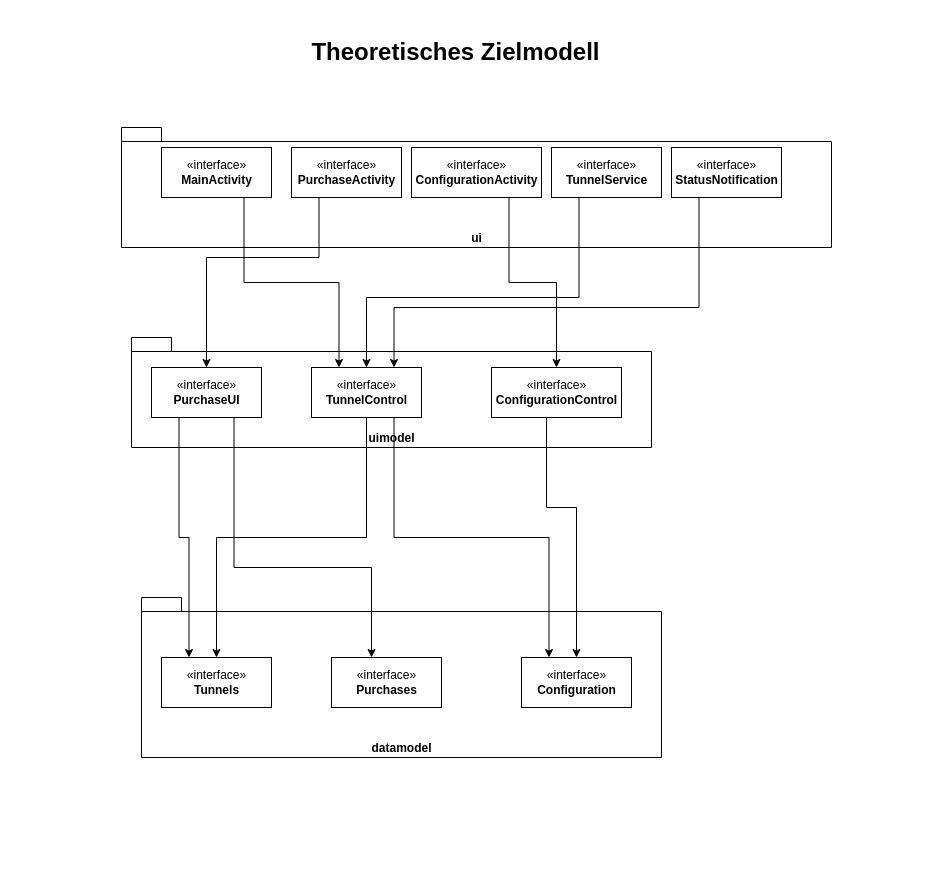
The draw.io diagram IPv6Droid/Documentation/Unbenanntes Diagramm.drawio in pelzvieh/IPv6Droid, before the edit. Source tidied: cells renumbered, new cells numbered last; positions are measured from the earlier drawing's top-left corner, leaving out a move shared by most shapes. Both pictures are drawn from the tidied source at 100%, with x=0, y=0 at pixel (121, 17).
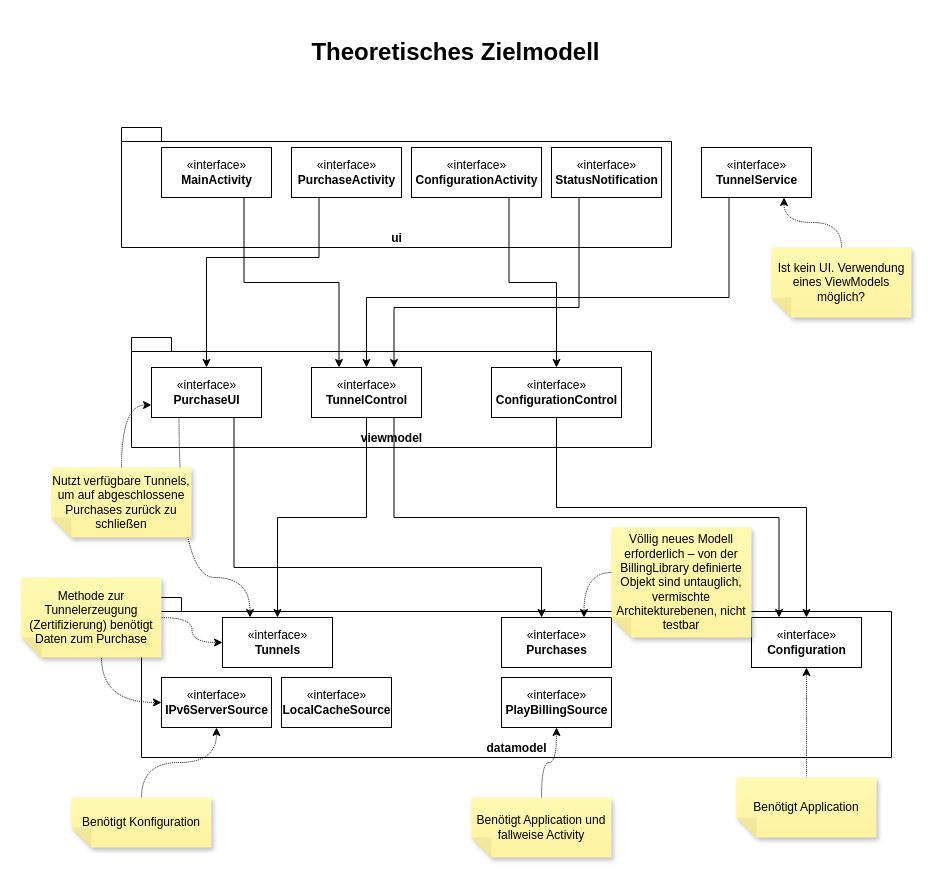
After the change.

Commit message:
Architekturvision erweitert, Problemstellungen annotiert

The change refers to these unchanged cells:
```xml
<mxCell id="8" value="&lt;div&gt;«interface»&lt;b&gt;&lt;br&gt;&lt;/b&gt;&lt;/div&gt;&lt;div&gt;&lt;b&gt;PurchaseUI&lt;/b&gt;&lt;/div&gt;" style="html=1;" parent="1" vertex="1">
  <mxGeometry x="30" y="350" width="110" height="50" as="geometry" />
</mxCell>
<mxCell id="11" value="&lt;div&gt;«interface»&lt;b&gt;&lt;br&gt;&lt;/b&gt;&lt;/div&gt;&lt;div&gt;&lt;b&gt;TunnelControl&lt;/b&gt;&lt;/div&gt;" style="html=1;" parent="1" vertex="1">
  <mxGeometry x="190" y="350" width="110" height="50" as="geometry" />
</mxCell>
<mxCell id="24" value="&lt;div&gt;«interface»&lt;b&gt;&lt;br&gt;&lt;/b&gt;&lt;/div&gt;&lt;div&gt;&lt;b&gt;ConfigurationControl&lt;/b&gt;&lt;/div&gt;" style="html=1;" parent="1" vertex="1">
  <mxGeometry x="370" y="350" width="130" height="50" as="geometry" />
</mxCell>
```

Diff of the diagram source:
```diff
@@
     <mxCell id="2" value="&lt;div&gt;datamodel&lt;/div&gt;" style="shape=folder;fontStyle=1;spacingTop=10;tabWidth=40;tabHeight=14;tabPosition=left;html=1;verticalAlign=bottom;" parent="1" vertex="1">
-      <mxGeometry x="20" y="580" width="520" height="160" as="geometry" />
+      <mxGeometry x="20" y="580" width="750" height="160" as="geometry" />
     </mxCell>
     <mxCell id="3" value="&lt;div&gt;«interface»&lt;b&gt;&lt;br&gt;&lt;/b&gt;&lt;/div&gt;&lt;div&gt;&lt;b&gt;Tunnels&lt;/b&gt;&lt;/div&gt;" style="html=1;" parent="1" vertex="1">
-      <mxGeometry x="40" y="640" width="110" height="50" as="geometry" />
+      <mxGeometry x="101" y="600" width="110" height="50" as="geometry" />
     </mxCell>
     <mxCell id="4" value="&lt;div&gt;«interface»&lt;b&gt;&lt;br&gt;&lt;/b&gt;&lt;/div&gt;&lt;div&gt;&lt;b&gt;Purchases&lt;/b&gt;&lt;/div&gt;" style="html=1;" parent="1" vertex="1">
-      <mxGeometry x="210" y="640" width="110" height="50" as="geometry" />
+      <mxGeometry x="380" y="600" width="110" height="50" as="geometry" />
     </mxCell>
-    <mxCell id="5" value="uimodel" style="shape=folder;fontStyle=1;spacingTop=10;tabWidth=40;tabHeight=14;tabPosition=left;html=1;verticalAlign=bottom;" parent="1" vertex="1">
+    <mxCell id="5" value="viewmodel" style="shape=folder;fontStyle=1;spacingTop=10;tabWidth=40;tabHeight=14;tabPosition=left;html=1;verticalAlign=bottom;" parent="1" vertex="1">
       <mxGeometry x="10" y="320" width="520" height="110" as="geometry" />
     </mxCell>
     <mxCell id="6" style="edgeStyle=orthogonalEdgeStyle;rounded=0;jettySize=auto;html=1;exitX=0.75;exitY=1;exitDx=0;exitDy=0;entryX=0.364;entryY=0;entryDx=0;entryDy=0;entryPerimeter=0;" parent="1" edge="1" source="8" target="4">
       <mxGeometry relative="1" as="geometry">
         <Array as="points">
           <mxPoint x="113" y="550" />
-          <mxPoint x="250" y="550" />
+          <mxPoint x="420" y="550" />
         </Array>
       </mxGeometry>
     </mxCell>
-    <mxCell id="7" style="edgeStyle=orthogonalEdgeStyle;rounded=0;jettySize=auto;html=1;exitX=0.25;exitY=1;exitDx=0;exitDy=0;entryX=0.25;entryY=0;entryDx=0;entryDy=0;" parent="1" edge="1" source="8" target="3">
-      <mxGeometry relative="1" as="geometry" />
+    <mxCell id="7" style="edgeStyle=orthogonalEdgeStyle;jettySize=auto;html=1;exitX=0.25;exitY=1;exitDx=0;exitDy=0;entryX=0.25;entryY=0;entryDx=0;entryDy=0;curved=1;dashed=1;dashPattern=1 1;" parent="1" edge="1" source="8" target="3">
+      <mxGeometry relative="1" as="geometry">
+        <Array as="points">
+          <mxPoint x="58" y="560" />
+          <mxPoint x="129" y="560" />
+        </Array>
+      </mxGeometry>
     </mxCell>
@@
     <mxCell id="12" value="ui" style="shape=folder;fontStyle=1;spacingTop=10;tabWidth=40;tabHeight=14;tabPosition=left;html=1;verticalAlign=bottom;" parent="1" vertex="1">
-      <mxGeometry y="110" width="710" height="120" as="geometry" />
+      <mxGeometry y="110" width="550" height="120" as="geometry" />
     </mxCell>
@@
     <mxCell id="19" style="edgeStyle=orthogonalEdgeStyle;rounded=0;jettySize=auto;html=1;exitX=0.25;exitY=1;exitDx=0;exitDy=0;entryX=0.5;entryY=0;entryDx=0;entryDy=0;" parent="1" edge="1" source="20" target="11">
       <mxGeometry relative="1" as="geometry">
         <Array as="points">
-          <mxPoint x="458" y="280" />
+          <mxPoint x="608" y="280" />
           <mxPoint x="245" y="280" />
         </Array>
       </mxGeometry>
     </mxCell>
     <mxCell id="20" value="&lt;div&gt;«interface»&lt;b&gt;&lt;br&gt;&lt;/b&gt;&lt;/div&gt;&lt;div&gt;&lt;b&gt;TunnelService&lt;/b&gt;&lt;/div&gt;" style="html=1;" parent="1" vertex="1">
-      <mxGeometry x="430" y="130" width="110" height="50" as="geometry" />
+      <mxGeometry x="580" y="130" width="110" height="50" as="geometry" />
     </mxCell>
     <mxCell id="21" style="edgeStyle=orthogonalEdgeStyle;rounded=0;jettySize=auto;html=1;exitX=0.25;exitY=1;exitDx=0;exitDy=0;entryX=0.75;entryY=0;entryDx=0;entryDy=0;" parent="1" edge="1" source="22" target="11">
       <mxGeometry relative="1" as="geometry">
         <Array as="points">
-          <mxPoint x="578" y="290" />
+          <mxPoint x="458" y="290" />
           <mxPoint x="273" y="290" />
         </Array>
       </mxGeometry>
     </mxCell>
     <mxCell id="22" value="&lt;div&gt;«interface»&lt;b&gt;&lt;br&gt;&lt;/b&gt;&lt;/div&gt;&lt;div&gt;&lt;b&gt;StatusNotification&lt;/b&gt;&lt;/div&gt;" style="html=1;" parent="1" vertex="1">
-      <mxGeometry x="550" y="130" width="110" height="50" as="geometry" />
+      <mxGeometry x="430" y="130" width="110" height="50" as="geometry" />
     </mxCell>
     <mxCell id="23" style="edgeStyle=orthogonalEdgeStyle;rounded=0;jettySize=auto;html=1;exitX=0.5;exitY=1;exitDx=0;exitDy=0;" parent="1" edge="1" source="24" target="25">
       <mxGeometry relative="1" as="geometry">
         <Array as="points">
-          <mxPoint x="425" y="490" />
-          <mxPoint x="455" y="490" />
+          <mxPoint x="435" y="490" />
+          <mxPoint x="685" y="490" />
         </Array>
       </mxGeometry>
     </mxCell>
@@
     <mxCell id="25" value="&lt;div&gt;«interface»&lt;/div&gt;&lt;div&gt;&lt;b&gt;Configuration&lt;/b&gt;&lt;/div&gt;" style="html=1;" parent="1" vertex="1">
-      <mxGeometry x="400" y="640" width="110" height="50" as="geometry" />
+      <mxGeometry x="630" y="600" width="110" height="50" as="geometry" />
     </mxCell>
@@
+    <mxCell id="27" value="&lt;div&gt;«interface»&lt;/div&gt;&lt;div&gt;&lt;b&gt;PlayBillingSource&lt;/b&gt;&lt;br&gt;&lt;/div&gt;" style="html=1;" parent="1" vertex="1">
+      <mxGeometry x="380" y="660" width="110" height="50" as="geometry" />
+    </mxCell>
+    <mxCell id="28" value="&lt;div&gt;«interface»&lt;/div&gt;&lt;div&gt;&lt;b&gt;IPv6ServerSource&lt;/b&gt;&lt;br&gt;&lt;/div&gt;" style="html=1;" parent="1" vertex="1">
+      <mxGeometry x="40" y="660" width="110" height="50" as="geometry" />
+    </mxCell>
+    <mxCell id="29" value="&lt;div&gt;«interface»&lt;/div&gt;&lt;div&gt;&lt;b&gt;LocalCacheSource&lt;/b&gt;&lt;br&gt;&lt;/div&gt;" style="html=1;" parent="1" vertex="1">
+      <mxGeometry x="160" y="660" width="110" height="50" as="geometry" />
+    </mxCell>
+    <mxCell id="30" style="edgeStyle=orthogonalEdgeStyle;jettySize=auto;html=1;exitX=0.5;exitY=1;exitDx=0;exitDy=0;exitPerimeter=0;curved=1;dashed=1;dashPattern=1 1;" parent="1" edge="1" source="31" target="28">
+      <mxGeometry relative="1" as="geometry" />
+    </mxCell>
+    <mxCell id="31" value="Benötigt Konfiguration" style="shape=note;whiteSpace=wrap;html=1;backgroundOutline=1;fontColor=#000000;darkOpacity=0.05;fillColor=#FFF9B2;strokeColor=none;fillStyle=solid;direction=west;gradientDirection=north;gradientColor=#FFF2A1;shadow=1;size=20;" parent="1" vertex="1">
+      <mxGeometry x="-50" y="780" width="140" height="50" as="geometry" />
+    </mxCell>
+    <mxCell id="32" style="edgeStyle=orthogonalEdgeStyle;jettySize=auto;html=1;exitX=0.5;exitY=1;exitDx=0;exitDy=0;exitPerimeter=0;curved=1;dashed=1;dashPattern=1 1;" parent="1" edge="1" source="33" target="27">
+      <mxGeometry relative="1" as="geometry" />
+    </mxCell>
+    <mxCell id="33" value="Benötigt Application und fallweise Activity" style="shape=note;whiteSpace=wrap;html=1;backgroundOutline=1;fontColor=#000000;darkOpacity=0.05;fillColor=#FFF9B2;strokeColor=none;fillStyle=solid;direction=west;gradientDirection=north;gradientColor=#FFF2A1;shadow=1;size=20;" parent="1" vertex="1">
+      <mxGeometry x="350" y="780" width="140" height="60" as="geometry" />
+    </mxCell>
+    <mxCell id="34" style="edgeStyle=orthogonalEdgeStyle;jettySize=auto;html=1;exitX=0.5;exitY=1;exitDx=0;exitDy=0;exitPerimeter=0;curved=1;dashed=1;dashPattern=1 1;" parent="1" edge="1" source="35" target="25">
+      <mxGeometry relative="1" as="geometry" />
+    </mxCell>
+    <mxCell id="35" value="Benötigt Application" style="shape=note;whiteSpace=wrap;html=1;backgroundOutline=1;fontColor=#000000;darkOpacity=0.05;fillColor=#FFF9B2;strokeColor=none;fillStyle=solid;direction=west;gradientDirection=north;gradientColor=#FFF2A1;shadow=1;size=20;" parent="1" vertex="1">
+      <mxGeometry x="615" y="760" width="140" height="60" as="geometry" />
+    </mxCell>
+    <mxCell id="36" style="edgeStyle=orthogonalEdgeStyle;jettySize=auto;html=1;exitX=0.5;exitY=1;exitDx=0;exitDy=0;exitPerimeter=0;entryX=0;entryY=0.75;entryDx=0;entryDy=0;curved=1;dashed=1;dashPattern=1 1;" parent="1" edge="1" source="37" target="8">
+      <mxGeometry relative="1" as="geometry" />
+    </mxCell>
+    <mxCell id="37" value="Nutzt verfügbare Tunnels, um auf abgeschlossene Purchases zurück zu schließen" style="shape=note;whiteSpace=wrap;html=1;backgroundOutline=1;fontColor=#000000;darkOpacity=0.05;fillColor=#FFF9B2;strokeColor=none;fillStyle=solid;direction=west;gradientDirection=north;gradientColor=#FFF2A1;shadow=1;size=20;" parent="1" vertex="1">
+      <mxGeometry x="-70" y="450" width="140" height="70" as="geometry" />
+    </mxCell>
+    <mxCell id="38" style="edgeStyle=orthogonalEdgeStyle;jettySize=auto;html=1;exitX=0;exitY=0.5;exitDx=0;exitDy=0;exitPerimeter=0;entryX=0;entryY=0.5;entryDx=0;entryDy=0;curved=1;dashed=1;dashPattern=1 1;" parent="1" edge="1" source="40" target="3">
+      <mxGeometry relative="1" as="geometry" />
+    </mxCell>
+    <mxCell id="39" style="edgeStyle=orthogonalEdgeStyle;jettySize=auto;html=1;exitX=0;exitY=0;exitDx=60;exitDy=0;exitPerimeter=0;entryX=0;entryY=0.5;entryDx=0;entryDy=0;curved=1;dashed=1;dashPattern=1 1;" parent="1" edge="1" source="40" target="28">
+      <mxGeometry relative="1" as="geometry" />
+    </mxCell>
+    <mxCell id="40" value="Methode zur Tunnelerzeugung (Zertifizierung) benötigt Daten zum Purchase" style="shape=note;whiteSpace=wrap;html=1;backgroundOutline=1;fontColor=#000000;darkOpacity=0.05;fillColor=#FFF9B2;strokeColor=none;fillStyle=solid;direction=west;gradientDirection=north;gradientColor=#FFF2A1;shadow=1;size=20;" parent="1" vertex="1">
+      <mxGeometry x="-100" y="560" width="140" height="80" as="geometry" />
+    </mxCell>
+    <mxCell id="41" style="edgeStyle=orthogonalEdgeStyle;jettySize=auto;html=1;exitX=0;exitY=0;exitDx=140;exitDy=65;exitPerimeter=0;entryX=0.75;entryY=0;entryDx=0;entryDy=0;curved=1;dashed=1;dashPattern=1 1;" parent="1" edge="1" source="42" target="4">
+      <mxGeometry relative="1" as="geometry" />
+    </mxCell>
+    <mxCell id="42" value="Völlig neues Modell erforderlich – von der BillingLibrary definierte Objekt sind untauglich, vermischte Architekturebenen, nicht testbar" style="shape=note;whiteSpace=wrap;html=1;backgroundOutline=1;fontColor=#000000;darkOpacity=0.05;fillColor=#FFF9B2;strokeColor=none;fillStyle=solid;direction=west;gradientDirection=north;gradientColor=#FFF2A1;shadow=1;size=20;" parent="1" vertex="1">
+      <mxGeometry x="490" y="510" width="140" height="110" as="geometry" />
+    </mxCell>
+    <mxCell id="43" style="edgeStyle=orthogonalEdgeStyle;curved=1;jettySize=auto;html=1;exitX=0.5;exitY=1;exitDx=0;exitDy=0;exitPerimeter=0;entryX=0.75;entryY=1;entryDx=0;entryDy=0;dashed=1;dashPattern=1 1;" parent="1" edge="1" source="44" target="20">
+      <mxGeometry relative="1" as="geometry" />
+    </mxCell>
+    <mxCell id="44" value="Ist kein UI. Verwendung eines ViewModels möglich?" style="shape=note;whiteSpace=wrap;html=1;backgroundOutline=1;fontColor=#000000;darkOpacity=0.05;fillColor=#FFF9B2;strokeColor=none;fillStyle=solid;direction=west;gradientDirection=north;gradientColor=#FFF2A1;shadow=1;size=20;" parent="1" vertex="1">
+      <mxGeometry x="650" y="230" width="140" height="70" as="geometry" />
+    </mxCell>
```
